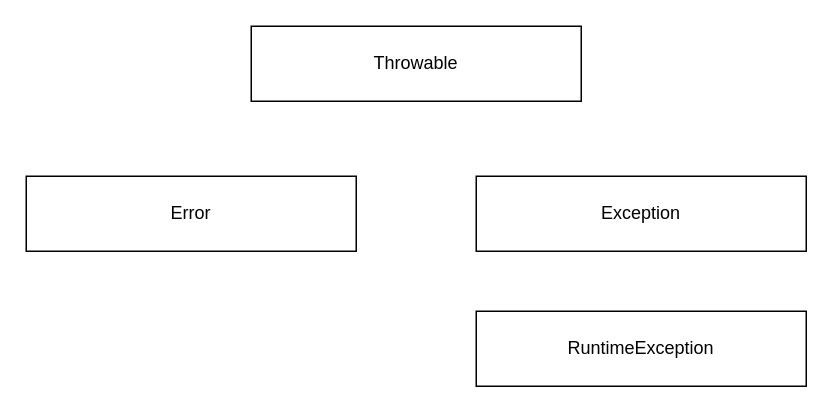
Above: JavaException.drawio in Anagram4747/draw.io (draw.io), before the change. Source tidied: cells renumbered, new cells numbered last; positions are measured from the earlier drawing's top-left corner, leaving out a move shared by most shapes. Both pictures are drawn from the tidied source at 150%, with x=0, y=0 at pixel (26, 26).
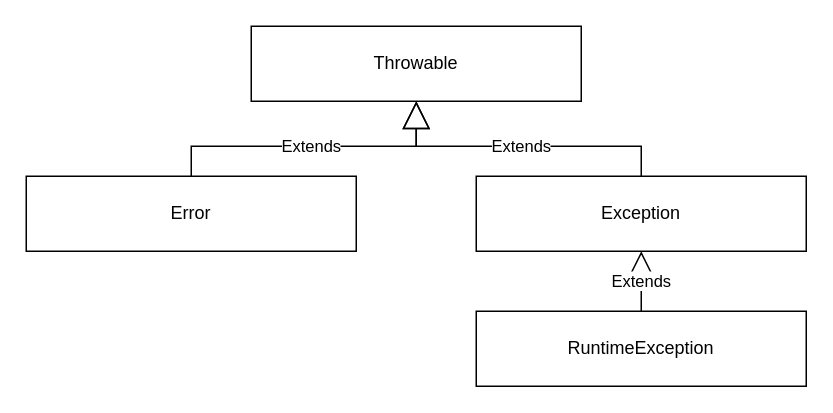
The same page after the edit.

Commit message (it also covers changes not shown here):
JavaException.drawio を更新します

The edit, as a diff of the source:
```diff
@@
 <mxGraphModel>
   <root>
     <mxCell id="0" />
     <mxCell id="1" parent="0" />
     <mxCell id="2" value="Throwable" style="html=1;whiteSpace=wrap;" parent="1" vertex="1">
       <mxGeometry x="150" width="220" height="50" as="geometry" />
     </mxCell>
     <mxCell id="3" value="RuntimeException" style="html=1;whiteSpace=wrap;" parent="1" vertex="1">
       <mxGeometry x="300" y="190" width="220" height="50" as="geometry" />
     </mxCell>
     <mxCell id="4" value="Exception" style="html=1;whiteSpace=wrap;" parent="1" vertex="1">
       <mxGeometry x="300" y="100" width="220" height="50" as="geometry" />
     </mxCell>
     <mxCell id="5" value="Error" style="html=1;whiteSpace=wrap;" parent="1" vertex="1">
       <mxGeometry y="100" width="220" height="50" as="geometry" />
     </mxCell>
+    <mxCell id="6" value="Extends" style="endArrow=block;endSize=16;endFill=0;html=1;rounded=0;entryX=0.5;entryY=1;entryDx=0;entryDy=0;exitX=0.5;exitY=0;exitDx=0;exitDy=0;" parent="1" edge="1" source="5" target="2">
+      <mxGeometry relative="1" as="geometry">
+        <Array as="points">
+          <mxPoint x="110" y="80" />
+          <mxPoint x="260" y="80" />
+        </Array>
+      </mxGeometry>
+    </mxCell>
+    <mxCell id="7" value="Extends" style="endArrow=block;endSize=16;endFill=0;html=1;rounded=0;exitX=0.5;exitY=0;exitDx=0;exitDy=0;" parent="1" edge="1" source="4">
+      <mxGeometry relative="1" as="geometry">
+        <mxPoint x="260" y="50" as="targetPoint" />
+        <Array as="points">
+          <mxPoint x="410" y="80" />
+          <mxPoint x="260" y="80" />
+        </Array>
+      </mxGeometry>
+    </mxCell>
+    <mxCell id="8" value="Extends" style="endArrow=block;endSize=16;endFill=0;html=1;rounded=0;entryX=0.5;entryY=1;entryDx=0;entryDy=0;exitX=0.5;exitY=0;exitDx=0;exitDy=0;" parent="1" edge="1" source="3" target="4">
+      <mxGeometry relative="1" as="geometry" />
+    </mxCell>
   </root>
 </mxGraphModel>
```
